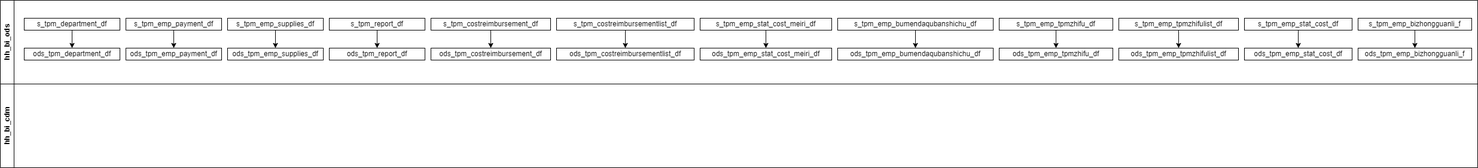
Earlier version of the draw.io export TPM市场费用全流程.drawio.png (ztacode/drawio). Source tidied: cells renumbered, new cells last; positions are measured from the earlier drawing's top-left corner, leaving out a move shared by most shapes.
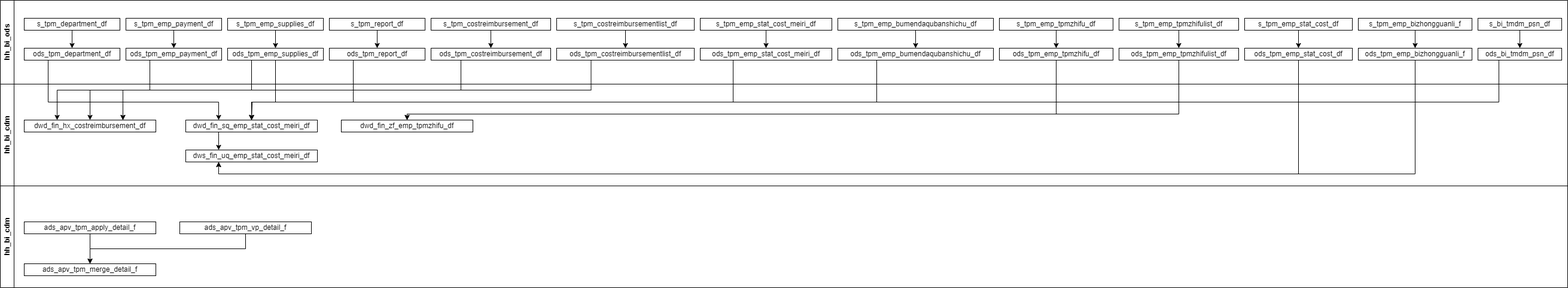
After the commit.

Commit message:
更新TPM市场费用全流程.drawio.png

Change to the diagram source:
```diff
@@ -3,10 +3,25 @@
     <mxCell id="0" />
     <mxCell id="1" parent="0" />
     <mxCell id="2" value="hh_bi_cdm" style="swimlane;horizontal=0;whiteSpace=wrap;html=1;startSize=23;" parent="1" vertex="1">
-      <mxGeometry y="140" width="2470" height="140" as="geometry" />
+      <mxGeometry y="140" width="2620" height="170" as="geometry" />
     </mxCell>
+    <mxCell id="40" value="dwd_fin_hx_costreimbursement_df" style="rounded=0;whiteSpace=wrap;html=1;" parent="2" vertex="1">
+      <mxGeometry x="40" y="60" width="220" height="20" as="geometry" />
+    </mxCell>
+    <mxCell id="41" style="edgeStyle=orthogonalEdgeStyle;rounded=0;jettySize=auto;html=1;exitX=0.25;exitY=1;exitDx=0;exitDy=0;entryX=0.25;entryY=0;entryDx=0;entryDy=0;" parent="2" edge="1" source="42" target="44">
+      <mxGeometry relative="1" as="geometry" />
+    </mxCell>
+    <mxCell id="42" value="dwd_fin_sq_emp_stat_cost_meiri_df" style="rounded=0;whiteSpace=wrap;html=1;" parent="2" vertex="1">
+      <mxGeometry x="310" y="60" width="220" height="20" as="geometry" />
+    </mxCell>
+    <mxCell id="43" value="dwd_fin_zf_emp_tpmzhifu_df" style="rounded=0;whiteSpace=wrap;html=1;" parent="2" vertex="1">
+      <mxGeometry x="570" y="60" width="220" height="20" as="geometry" />
+    </mxCell>
+    <mxCell id="44" value="dws_fin_uq_emp_stat_cost_meiri_df" style="rounded=0;whiteSpace=wrap;html=1;" parent="2" vertex="1">
+      <mxGeometry x="310" y="110" width="220" height="20" as="geometry" />
+    </mxCell>
     <mxCell id="3" value="hh_bi_ods" style="swimlane;horizontal=0;whiteSpace=wrap;html=1;startSize=23;" parent="1" vertex="1">
-      <mxGeometry width="2470" height="140" as="geometry" />
+      <mxGeometry width="2620" height="140" as="geometry" />
     </mxCell>
     <mxCell id="4" value="ods_tpm_department_df" style="rounded=0;whiteSpace=wrap;html=1;" parent="3" vertex="1">
       <mxGeometry x="40" y="80" width="160" height="20" as="geometry" />
@@ -38,6 +53,15 @@
     <mxCell id="13" value="ods_tpm_costreimbursementlist_df" style="rounded=0;whiteSpace=wrap;html=1;" parent="3" vertex="1">
       <mxGeometry x="930" y="80" width="230" height="20" as="geometry" />
     </mxCell>
+    <mxCell id="45" style="edgeStyle=orthogonalEdgeStyle;rounded=0;jettySize=auto;html=1;exitX=0.25;exitY=1;exitDx=0;exitDy=0;" parent="3" edge="1" source="14">
+      <mxGeometry relative="1" as="geometry">
+        <mxPoint x="420" y="200" as="targetPoint" />
+        <Array as="points">
+          <mxPoint x="1225" y="170" />
+          <mxPoint x="421" y="170" />
+        </Array>
+      </mxGeometry>
+    </mxCell>
     <mxCell id="14" value="ods_tpm_emp_stat_cost_meiri_df" style="rounded=0;whiteSpace=wrap;html=1;" parent="3" vertex="1">
       <mxGeometry x="1170" y="80" width="220" height="20" as="geometry" />
     </mxCell>
@@ -116,5 +140,106 @@
     <mxCell id="39" value="s_tpm_report_df" style="rounded=0;whiteSpace=wrap;html=1;" parent="3" vertex="1">
       <mxGeometry x="550" y="30" width="160" height="20" as="geometry" />
     </mxCell>
+    <mxCell id="46" value="ods_bi_tmdm_psn_df" style="rounded=0;whiteSpace=wrap;html=1;" parent="3" vertex="1">
+      <mxGeometry x="2470" y="80" width="140" height="20" as="geometry" />
+    </mxCell>
+    <mxCell id="47" style="edgeStyle=orthogonalEdgeStyle;rounded=0;jettySize=auto;html=1;exitX=0.5;exitY=1;exitDx=0;exitDy=0;entryX=0.5;entryY=0;entryDx=0;entryDy=0;" parent="3" edge="1" source="48" target="46">
+      <mxGeometry relative="1" as="geometry" />
+    </mxCell>
+    <mxCell id="48" value="s_bi_tmdm_psn_df" style="rounded=0;whiteSpace=wrap;html=1;" parent="3" vertex="1">
+      <mxGeometry x="2470" y="30" width="140" height="20" as="geometry" />
+    </mxCell>
+    <mxCell id="49" style="edgeStyle=orthogonalEdgeStyle;rounded=0;jettySize=auto;html=1;exitX=0.25;exitY=1;exitDx=0;exitDy=0;entryX=0.25;entryY=0;entryDx=0;entryDy=0;" parent="1" edge="1" source="12" target="40">
+      <mxGeometry relative="1" as="geometry" />
+    </mxCell>
+    <mxCell id="50" style="edgeStyle=orthogonalEdgeStyle;rounded=0;jettySize=auto;html=1;exitX=0.25;exitY=1;exitDx=0;exitDy=0;entryX=0.5;entryY=0;entryDx=0;entryDy=0;" parent="1" edge="1" source="13" target="40">
+      <mxGeometry relative="1" as="geometry" />
+    </mxCell>
+    <mxCell id="51" style="edgeStyle=orthogonalEdgeStyle;rounded=0;jettySize=auto;html=1;exitX=0.25;exitY=1;exitDx=0;exitDy=0;entryX=0.75;entryY=0;entryDx=0;entryDy=0;" parent="1" edge="1" source="5" target="40">
+      <mxGeometry relative="1" as="geometry" />
+    </mxCell>
+    <mxCell id="52" style="edgeStyle=orthogonalEdgeStyle;rounded=0;jettySize=auto;html=1;exitX=0.25;exitY=1;exitDx=0;exitDy=0;entryX=0.75;entryY=0;entryDx=0;entryDy=0;" parent="1" edge="1" source="6" target="40">
+      <mxGeometry relative="1" as="geometry" />
+    </mxCell>
+    <mxCell id="53" style="edgeStyle=orthogonalEdgeStyle;rounded=0;jettySize=auto;html=1;exitX=0.25;exitY=1;exitDx=0;exitDy=0;entryX=0.25;entryY=0;entryDx=0;entryDy=0;" parent="1" edge="1" source="4" target="42">
+      <mxGeometry relative="1" as="geometry">
+        <Array as="points">
+          <mxPoint x="80" y="170" />
+          <mxPoint x="365" y="170" />
+        </Array>
+      </mxGeometry>
+    </mxCell>
+    <mxCell id="54" style="edgeStyle=orthogonalEdgeStyle;rounded=0;jettySize=auto;html=1;exitX=0.5;exitY=1;exitDx=0;exitDy=0;entryX=0.5;entryY=0;entryDx=0;entryDy=0;" parent="1" edge="1" source="6" target="42">
+      <mxGeometry relative="1" as="geometry">
+        <Array as="points">
+          <mxPoint x="460" y="170" />
+          <mxPoint x="420" y="170" />
+        </Array>
+      </mxGeometry>
+    </mxCell>
+    <mxCell id="55" style="edgeStyle=orthogonalEdgeStyle;rounded=0;jettySize=auto;html=1;exitX=0.25;exitY=1;exitDx=0;exitDy=0;entryX=0.5;entryY=0;entryDx=0;entryDy=0;" parent="1" edge="1" source="15" target="42">
+      <mxGeometry relative="1" as="geometry">
+        <Array as="points">
+          <mxPoint x="590" y="170" />
+          <mxPoint x="420" y="170" />
+        </Array>
+      </mxGeometry>
+    </mxCell>
+    <mxCell id="56" style="edgeStyle=orthogonalEdgeStyle;rounded=0;jettySize=auto;html=1;exitX=0.25;exitY=1;exitDx=0;exitDy=0;entryX=0.5;entryY=0;entryDx=0;entryDy=0;" parent="1" edge="1" source="11" target="42">
+      <mxGeometry relative="1" as="geometry">
+        <Array as="points">
+          <mxPoint x="1465" y="170" />
+          <mxPoint x="420" y="170" />
+        </Array>
+      </mxGeometry>
+    </mxCell>
+    <mxCell id="57" style="edgeStyle=orthogonalEdgeStyle;rounded=0;jettySize=auto;html=1;exitX=0.25;exitY=1;exitDx=0;exitDy=0;entryX=0.5;entryY=0;entryDx=0;entryDy=0;" parent="1" edge="1" source="46" target="42">
+      <mxGeometry relative="1" as="geometry">
+        <Array as="points">
+          <mxPoint x="2505" y="170" />
+          <mxPoint x="420" y="170" />
+        </Array>
+      </mxGeometry>
+    </mxCell>
+    <mxCell id="58" style="edgeStyle=orthogonalEdgeStyle;rounded=0;jettySize=auto;html=1;exitX=0.5;exitY=1;exitDx=0;exitDy=0;entryX=0.5;entryY=0;entryDx=0;entryDy=0;" parent="1" edge="1" source="7" target="43">
+      <mxGeometry relative="1" as="geometry">
+        <Array as="points">
+          <mxPoint x="1765" y="190" />
+          <mxPoint x="680" y="190" />
+        </Array>
+      </mxGeometry>
+    </mxCell>
+    <mxCell id="59" style="edgeStyle=orthogonalEdgeStyle;rounded=0;jettySize=auto;html=1;exitX=0.5;exitY=1;exitDx=0;exitDy=0;entryX=0.5;entryY=0;entryDx=0;entryDy=0;" parent="1" edge="1" source="8" target="43">
+      <mxGeometry relative="1" as="geometry">
+        <Array as="points">
+          <mxPoint x="1970" y="190" />
+          <mxPoint x="680" y="190" />
+        </Array>
+      </mxGeometry>
+    </mxCell>
+    <mxCell id="60" style="edgeStyle=orthogonalEdgeStyle;rounded=0;jettySize=auto;html=1;exitX=0.5;exitY=1;exitDx=0;exitDy=0;entryX=0.25;entryY=1;entryDx=0;entryDy=0;" parent="1" edge="1" source="9" target="44">
+      <mxGeometry relative="1" as="geometry" />
+    </mxCell>
+    <mxCell id="61" style="edgeStyle=orthogonalEdgeStyle;rounded=0;jettySize=auto;html=1;exitX=0.5;exitY=1;exitDx=0;exitDy=0;entryX=0.25;entryY=1;entryDx=0;entryDy=0;" parent="1" edge="1" source="10" target="44">
+      <mxGeometry relative="1" as="geometry" />
+    </mxCell>
+    <mxCell id="62" value="hh_bi_cdm" style="swimlane;horizontal=0;whiteSpace=wrap;html=1;startSize=23;" parent="1" vertex="1">
+      <mxGeometry y="310" width="2620" height="170" as="geometry" />
+    </mxCell>
+    <mxCell id="63" style="edgeStyle=orthogonalEdgeStyle;rounded=0;jettySize=auto;html=1;exitX=0.5;exitY=1;exitDx=0;exitDy=0;entryX=0.5;entryY=0;entryDx=0;entryDy=0;" parent="62" edge="1" source="64" target="67">
+      <mxGeometry relative="1" as="geometry" />
+    </mxCell>
+    <mxCell id="64" value="ads_apv_tpm_apply_detail_f" style="rounded=0;whiteSpace=wrap;html=1;" parent="62" vertex="1">
+      <mxGeometry x="40" y="60" width="220" height="20" as="geometry" />
+    </mxCell>
+    <mxCell id="65" style="edgeStyle=orthogonalEdgeStyle;rounded=0;jettySize=auto;html=1;exitX=0.5;exitY=1;exitDx=0;exitDy=0;entryX=0.5;entryY=0;entryDx=0;entryDy=0;" parent="62" edge="1" source="66" target="67">
+      <mxGeometry relative="1" as="geometry" />
+    </mxCell>
+    <mxCell id="66" value="ads_apv_tpm_vp_detail_f" style="rounded=0;whiteSpace=wrap;html=1;" parent="62" vertex="1">
+      <mxGeometry x="300" y="60" width="220" height="20" as="geometry" />
+    </mxCell>
+    <mxCell id="67" value="ads_apv_tpm_merge_detail_f" style="rounded=0;whiteSpace=wrap;html=1;" parent="62" vertex="1">
+      <mxGeometry x="40" y="130" width="220" height="20" as="geometry" />
+    </mxCell>
   </root>
 </mxGraphModel>
```
